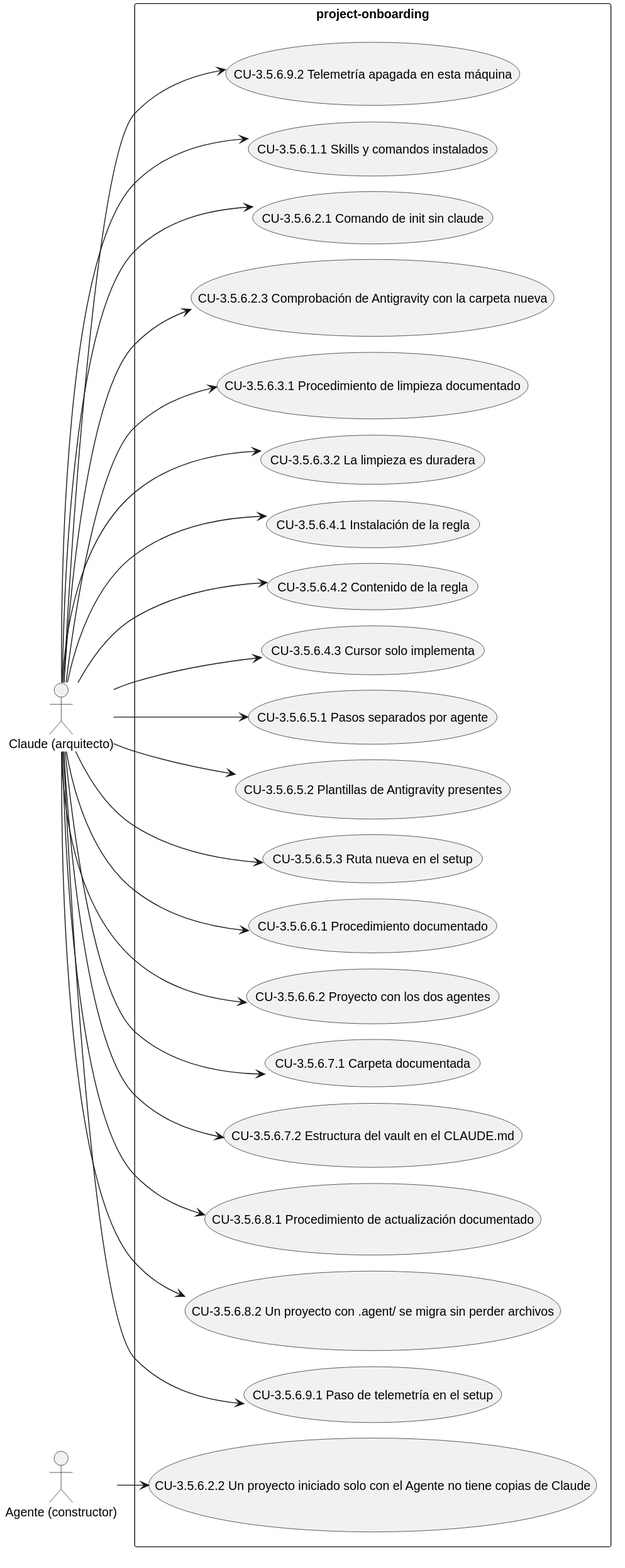
This is docs/diagramas/CAP-3.5.6.svg from Lautaro-Montecchiani/sdd-global-config, a PlantUML export, as it was before one commit.
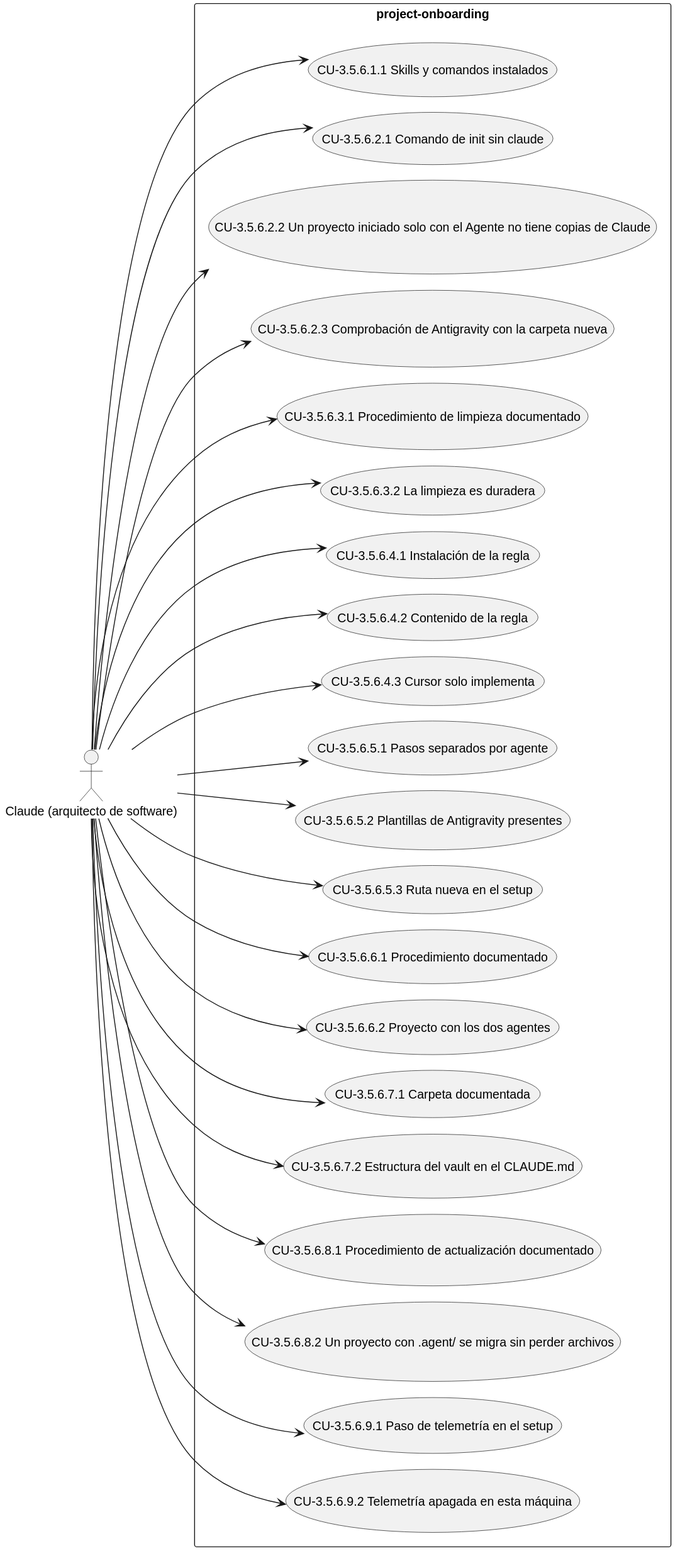
The same diagram one commit later.

Diff of the diagram source:
```diff
@@ -1,8 +1,7 @@
 @startuml
 !pragma layout smetana
 left to right direction
-actor "Claude (arquitecto)" as A1
-actor "Agente (constructor)" as A2
+actor "Claude (arquitecto de software)" as A1
 rectangle "project-onboarding" {
   usecase "CU-3.5.6.1.1 Skills y comandos instalados" as UC_3_5_6_1_1
   usecase "CU-3.5.6.2.1 Comando de init sin claude" as UC_3_5_6_2_1
@@ -27,7 +26,7 @@
 }
 A1 --> UC_3_5_6_1_1
 A1 --> UC_3_5_6_2_1
-A2 --> UC_3_5_6_2_2
+A1 --> UC_3_5_6_2_2
 A1 --> UC_3_5_6_2_3
 A1 --> UC_3_5_6_3_1
 A1 --> UC_3_5_6_3_2
```
